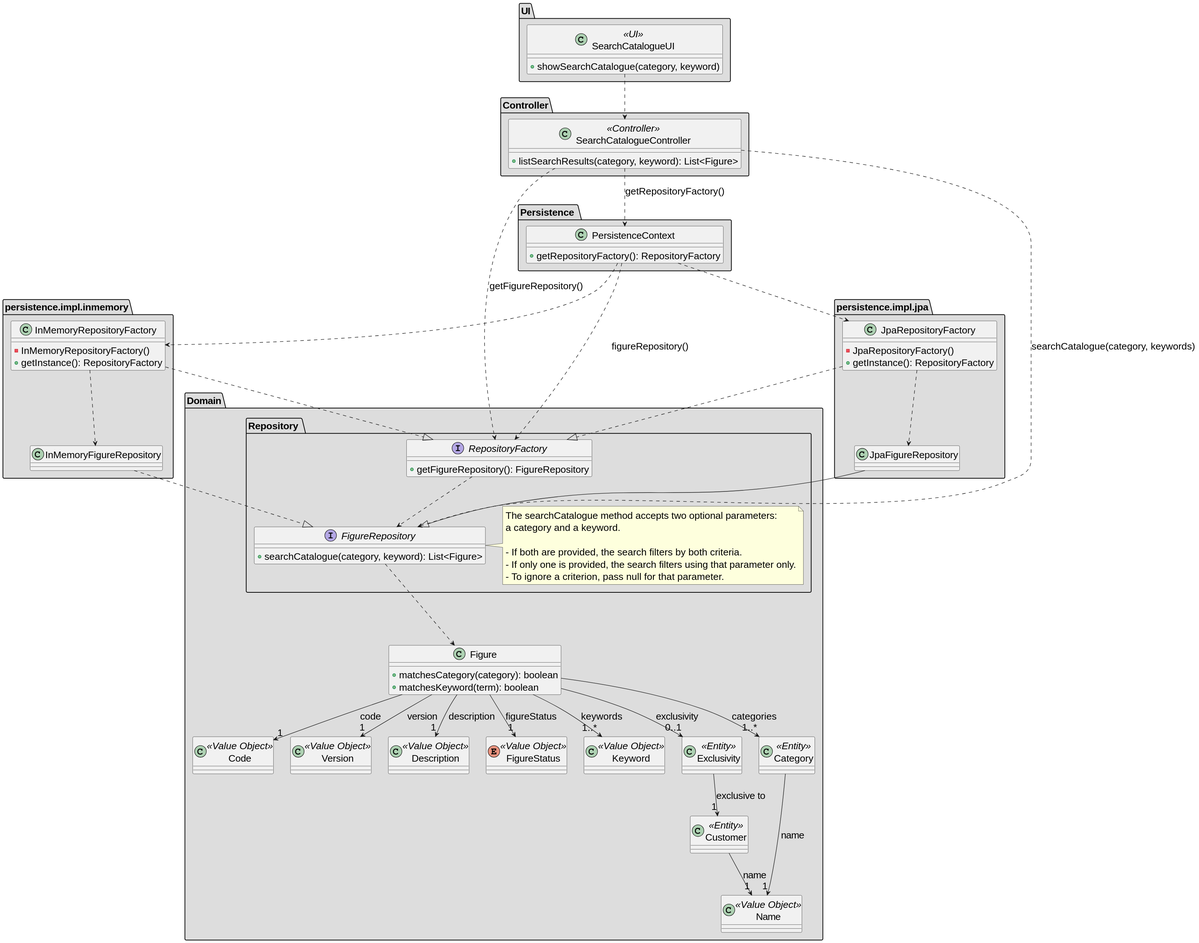
Earlier version of the PlantUML export docs/SPRINT_2/US232/images/class_diagram_us232.svg (diogoveirospro/sem4pi-2024-2025-sem4pi_2024_2025_g44).
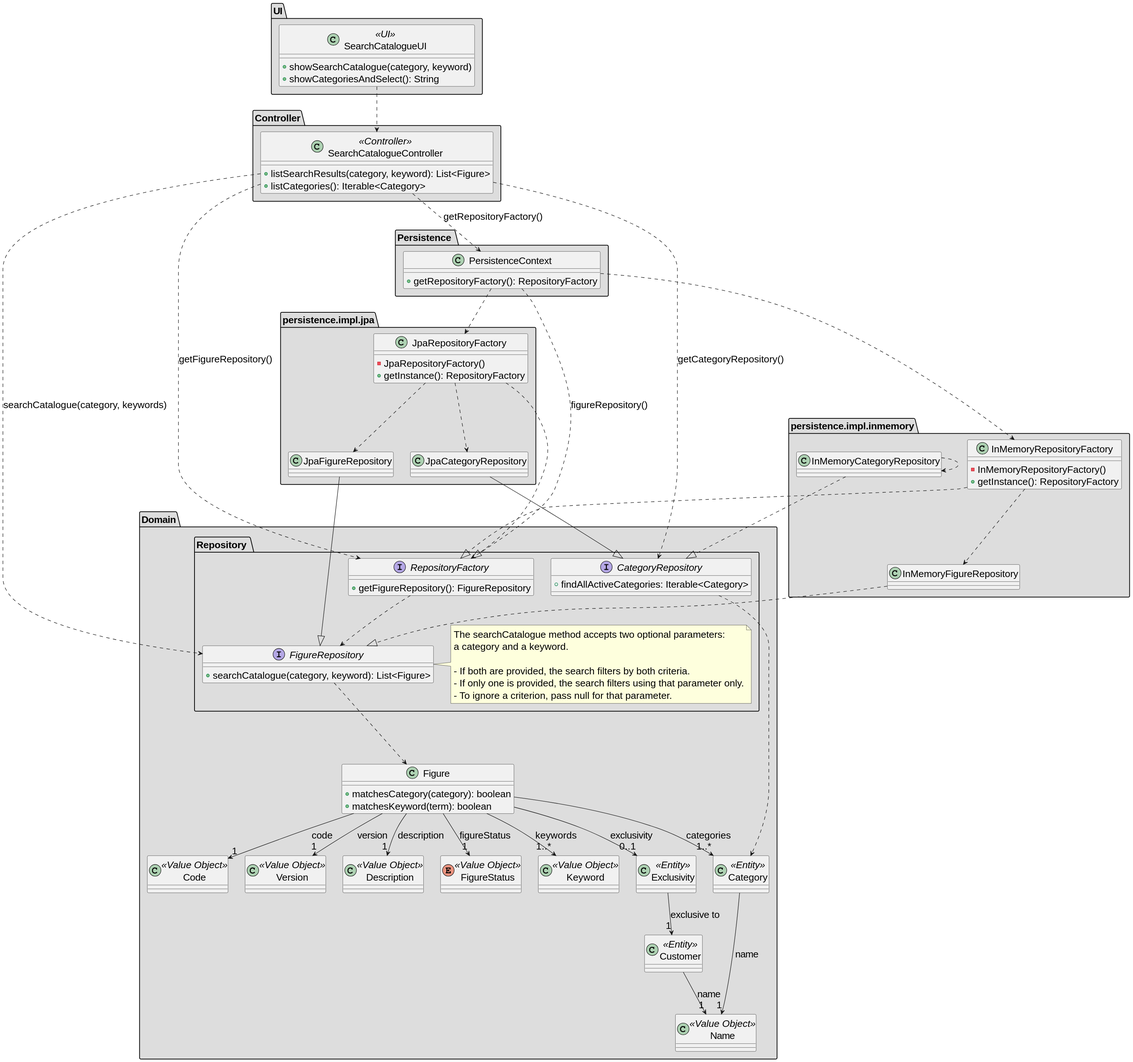
The same file after the commit.

What changed in the source:
```diff
@@ -17,6 +17,9 @@
     class JpaFigureRepository {
     }
 
+    class JpaCategoryRepository {
+    }
+
 }
 
 package "persistence.impl.inmemory" #DDDDDD {
@@ -26,6 +29,9 @@
     }
 
     class InMemoryFigureRepository {
+    }
+
+    class InMemoryCategoryRepository {
     }
 }
 
@@ -49,6 +55,10 @@
             - If only one is provided, the search filters using that parameter only.
             - To ignore a criterion, pass null for that parameter.
         end note
+
+        interface CategoryRepository {
+            + findAllActiveCategories: Iterable<Category>
+        }
 
     }
 
@@ -90,12 +100,14 @@
 package "UI" #DDDDDD {
     class SearchCatalogueUI <<UI>> {
         + showSearchCatalogue(category, keyword)
+        + showCategoriesAndSelect(): String
     }
 }
 
 package "Controller" #DDDDDD {
     class SearchCatalogueController <<Controller>> {
         + listSearchResults(category, keyword): List<Figure>
+        + listCategories(): Iterable<Category>
     }
 }
 
@@ -105,17 +117,25 @@
     PersistenceContext ..> InMemoryRepositoryFactory
 
 
+    JpaCategoryRepository --|> CategoryRepository
+
     JpaFigureRepository --|> FigureRepository
 
     JpaRepositoryFactory ..|> RepositoryFactory
     JpaRepositoryFactory ..> JpaFigureRepository
+    JpaRepositoryFactory ..> JpaCategoryRepository
 
+
+    InMemoryCategoryRepository ..|> CategoryRepository
 
     InMemoryFigureRepository ..|> FigureRepository
 
     InMemoryRepositoryFactory ..|> RepositoryFactory
     InMemoryRepositoryFactory ..> InMemoryFigureRepository
+    InMemoryCategoryRepository ..> InMemoryCategoryRepository
 
+
+    CategoryRepository ...> Category
 
     FigureRepository ...> Figure
 
@@ -142,5 +162,6 @@
 
     SearchCatalogueController ..> PersistenceContext : getRepositoryFactory()
     SearchCatalogueController ..> RepositoryFactory : getFigureRepository()
+    SearchCatalogueController ..> CategoryRepository : getCategoryRepository()
     SearchCatalogueController ..> FigureRepository : searchCatalogue(category, keywords)
 @enduml
```
